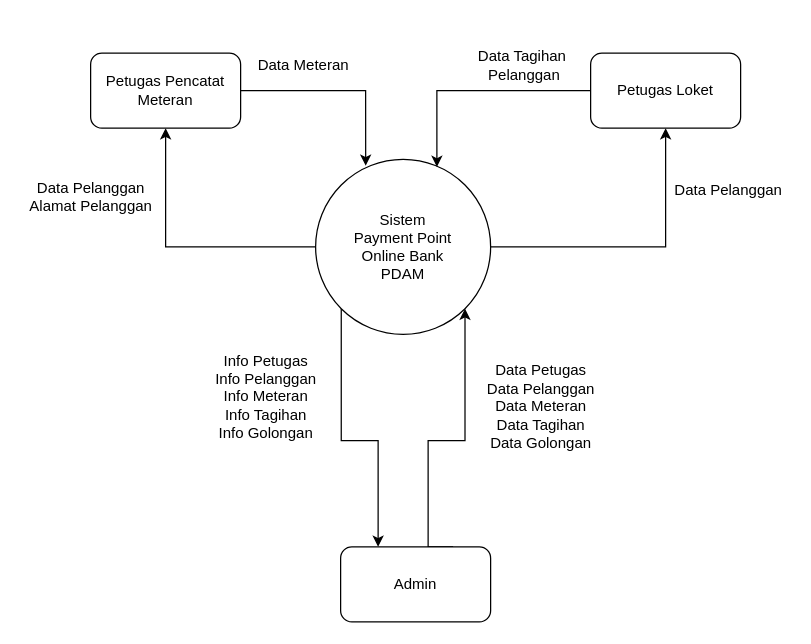
Veirt/ppob-pdam keeps this draw.io diagram as diagrams/context-diagram.drawio. Above is the earlier version. Source tidied: cells renumbered, new cells numbered last; positions are measured from the earlier drawing's top-left corner, leaving out a move shared by most shapes. Both pictures are drawn from the tidied source at 125%, with x=0, y=0 at pixel (21, 46).
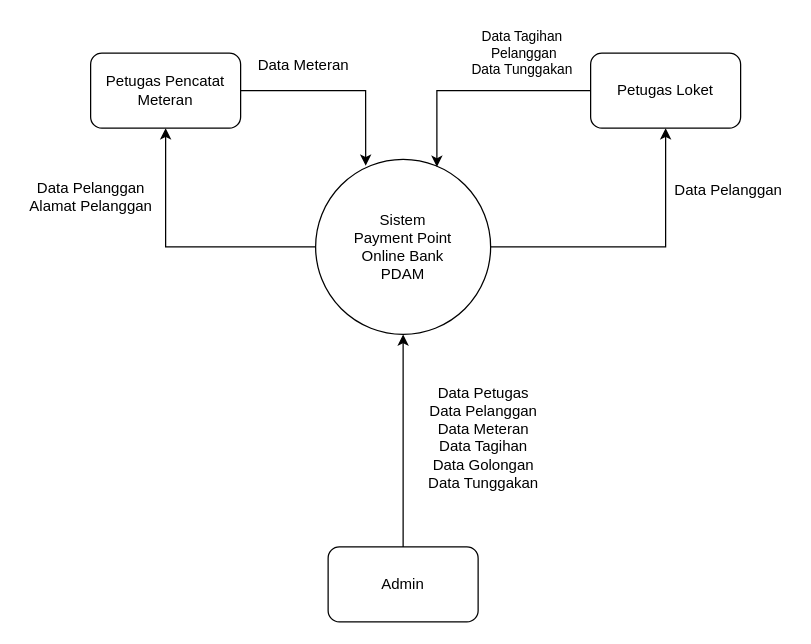
Above is the later version.

What changed in the source:
```diff
@@
 <mxGraphModel>
   <root>
     <mxCell id="0" />
     <mxCell id="1" parent="0" />
     <mxCell id="2" style="edgeStyle=orthogonalEdgeStyle;rounded=0;jettySize=auto;html=1;exitX=0;exitY=0.5;exitDx=0;exitDy=0;entryX=0.5;entryY=1;entryDx=0;entryDy=0;" parent="1" edge="1" source="5" target="9">
       <mxGeometry relative="1" as="geometry" />
     </mxCell>
     <mxCell id="3" style="edgeStyle=orthogonalEdgeStyle;rounded=0;jettySize=auto;html=1;exitX=1;exitY=0.5;exitDx=0;exitDy=0;entryX=0.5;entryY=1;entryDx=0;entryDy=0;" parent="1" edge="1" source="5" target="7">
       <mxGeometry relative="1" as="geometry" />
     </mxCell>
-    <mxCell id="4" style="edgeStyle=orthogonalEdgeStyle;rounded=0;jettySize=auto;html=1;exitX=0;exitY=1;exitDx=0;exitDy=0;entryX=0.25;entryY=0;entryDx=0;entryDy=0;" parent="1" edge="1" source="5" target="11">
-      <mxGeometry relative="1" as="geometry" />
-    </mxCell>
     <mxCell id="5" value="Sistem&lt;br&gt;&lt;div&gt;Payment Point &lt;br&gt;&lt;/div&gt;&lt;div&gt;Online Bank&lt;/div&gt;&lt;div&gt;PDAM&lt;br&gt;&lt;/div&gt;" style="ellipse;whiteSpace=wrap;html=1;" parent="1" vertex="1">
       <mxGeometry x="235" y="90" width="140" height="140" as="geometry" />
     </mxCell>
     <mxCell id="6" style="edgeStyle=orthogonalEdgeStyle;rounded=0;jettySize=auto;html=1;exitX=0;exitY=0.5;exitDx=0;exitDy=0;entryX=0.693;entryY=0.043;entryDx=0;entryDy=0;entryPerimeter=0;" parent="1" edge="1" source="7" target="5">
       <mxGeometry relative="1" as="geometry" />
     </mxCell>
     <mxCell id="7" value="Petugas Loket" style="rounded=1;whiteSpace=wrap;html=1;" parent="1" vertex="1">
       <mxGeometry x="455" y="5" width="120" height="60" as="geometry" />
     </mxCell>
     <mxCell id="8" style="edgeStyle=orthogonalEdgeStyle;rounded=0;jettySize=auto;html=1;exitX=1;exitY=0.5;exitDx=0;exitDy=0;entryX=0.286;entryY=0.036;entryDx=0;entryDy=0;entryPerimeter=0;" parent="1" edge="1" source="9" target="5">
       <mxGeometry relative="1" as="geometry" />
     </mxCell>
     <mxCell id="9" value="Petugas Pencatat&lt;br&gt;Meteran" style="rounded=1;whiteSpace=wrap;html=1;" parent="1" vertex="1">
       <mxGeometry x="55" y="5" width="120" height="60" as="geometry" />
     </mxCell>
-    <mxCell id="10" style="edgeStyle=orthogonalEdgeStyle;rounded=0;jettySize=auto;html=1;exitX=0.75;exitY=0;exitDx=0;exitDy=0;entryX=1;entryY=1;entryDx=0;entryDy=0;" parent="1" edge="1" source="11" target="5">
+    <mxCell id="10" style="edgeStyle=orthogonalEdgeStyle;rounded=0;jettySize=auto;html=1;entryX=0.5;entryY=1;entryDx=0;entryDy=0;fontSize=11;" parent="1" edge="1" source="11" target="5">
       <mxGeometry relative="1" as="geometry">
         <Array as="points">
-          <mxPoint x="325" y="400" />
-          <mxPoint x="325" y="315" />
-          <mxPoint x="355" y="315" />
+          <mxPoint x="305" y="350" />
+          <mxPoint x="305" y="350" />
         </Array>
       </mxGeometry>
     </mxCell>
     <mxCell id="11" value="Admin" style="rounded=1;whiteSpace=wrap;html=1;" parent="1" vertex="1">
-      <mxGeometry x="255" y="400" width="120" height="60" as="geometry" />
+      <mxGeometry x="245" y="400" width="120" height="60" as="geometry" />
     </mxCell>
     <mxCell id="12" value="&lt;div&gt;Data Pelanggan&lt;/div&gt;&lt;div&gt;Alamat Pelanggan&lt;br&gt;&lt;/div&gt;" style="text;html=1;align=center;verticalAlign=middle;strokeColor=none;fillColor=none;" parent="1" vertex="1">
       <mxGeometry y="105" width="110" height="30" as="geometry" />
     </mxCell>
     <mxCell id="13" value="Data Meteran" style="text;html=1;align=center;verticalAlign=middle;strokeColor=none;fillColor=none;" parent="1" vertex="1">
       <mxGeometry x="180" y="5" width="90" height="20" as="geometry" />
     </mxCell>
     <mxCell id="14" value="Data Pelanggan" style="text;html=1;align=center;verticalAlign=middle;strokeColor=none;fillColor=none;" parent="1" vertex="1">
       <mxGeometry x="515" y="105" width="100" height="20" as="geometry" />
     </mxCell>
-    <mxCell id="15" value="&lt;div&gt;Data Tagihan&lt;/div&gt;&lt;div&gt;&amp;nbsp;Pelanggan&lt;/div&gt;" style="text;html=1;align=center;verticalAlign=middle;strokeColor=none;fillColor=none;" parent="1" vertex="1">
-      <mxGeometry x="355" width="90" height="30" as="geometry" />
+    <mxCell id="15" value="&lt;div style=&quot;font-size: 11px&quot;&gt;&lt;font style=&quot;font-size: 11px&quot;&gt;Data Tagihan&lt;/font&gt;&lt;/div&gt;&lt;div style=&quot;font-size: 11px&quot;&gt;&lt;font style=&quot;font-size: 11px&quot;&gt;&amp;nbsp;Pelanggan&lt;br&gt;Data Tunggakan&lt;br&gt;&lt;/font&gt;&lt;/div&gt;" style="text;html=1;align=center;verticalAlign=middle;strokeColor=none;fillColor=none;" parent="1" vertex="1">
+      <mxGeometry x="350" y="-20" width="100" height="50" as="geometry" />
     </mxCell>
-    <mxCell id="16" value="&lt;div&gt;Data Petugas&lt;br&gt;&lt;/div&gt;&lt;div&gt;Data Pelanggan&lt;/div&gt;&lt;div&gt;Data Meteran&lt;br&gt;&lt;/div&gt;&lt;div&gt;Data Tagihan&lt;/div&gt;&lt;div&gt;Data Golongan&lt;/div&gt;&lt;div&gt;&lt;br&gt;&lt;/div&gt;" style="text;html=1;align=center;verticalAlign=middle;strokeColor=none;fillColor=none;" parent="1" vertex="1">
-      <mxGeometry x="365" y="250" width="100" height="90" as="geometry" />
+    <mxCell id="16" value="&lt;div&gt;Data Petugas&lt;br&gt;&lt;/div&gt;&lt;div&gt;Data Pelanggan&lt;/div&gt;&lt;div&gt;Data Meteran&lt;br&gt;&lt;/div&gt;&lt;div&gt;Data Tagihan&lt;/div&gt;&lt;div&gt;Data Golongan&lt;/div&gt;&lt;div&gt;Data Tunggakan&lt;br&gt;&lt;/div&gt;&lt;div&gt;&lt;br&gt;&lt;/div&gt;" style="text;html=1;align=center;verticalAlign=middle;strokeColor=none;fillColor=none;" parent="1" vertex="1">
+      <mxGeometry x="319" y="270" width="100" height="100" as="geometry" />
     </mxCell>
-    <mxCell id="17" value="Info Petugas&lt;br&gt;&lt;div&gt;Info Pelanggan&lt;/div&gt;&lt;div&gt;Info Meteran&lt;/div&gt;&lt;div&gt;Info Tagihan&lt;/div&gt;&lt;div&gt;Info Golongan&lt;br&gt;&lt;/div&gt;" style="text;html=1;align=center;verticalAlign=middle;strokeColor=none;fillColor=none;" parent="1" vertex="1">
-      <mxGeometry x="145" y="240" width="100" height="80" as="geometry" />
-    </mxCell>
   </root>
 </mxGraphModel>
```
